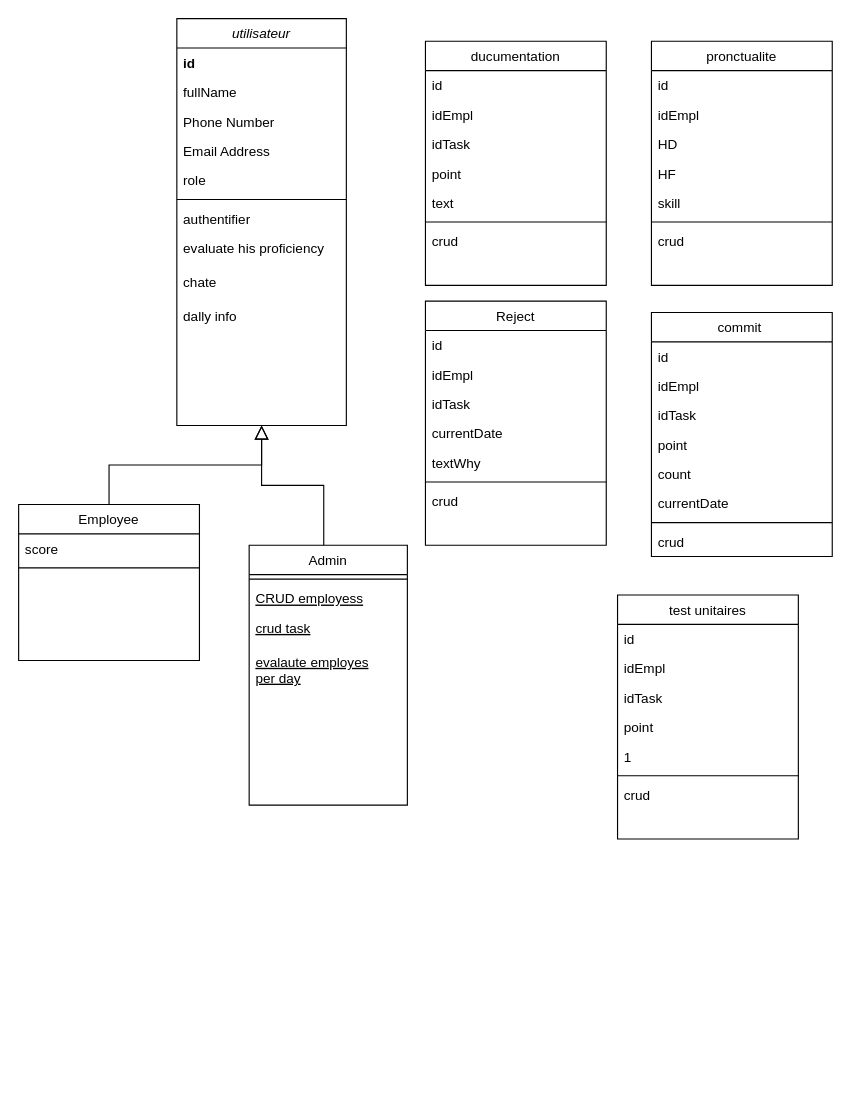
Before: Diagramme sans nom.drawio in Neamitest/ex, a draw.io diagram. Source tidied: cells renumbered, new cells numbered last; positions are measured from the earlier drawing's top-left corner, leaving out a move shared by most shapes. Both pictures are drawn from the tidied source at 113%, with x=0, y=0 at pixel (18, 18).
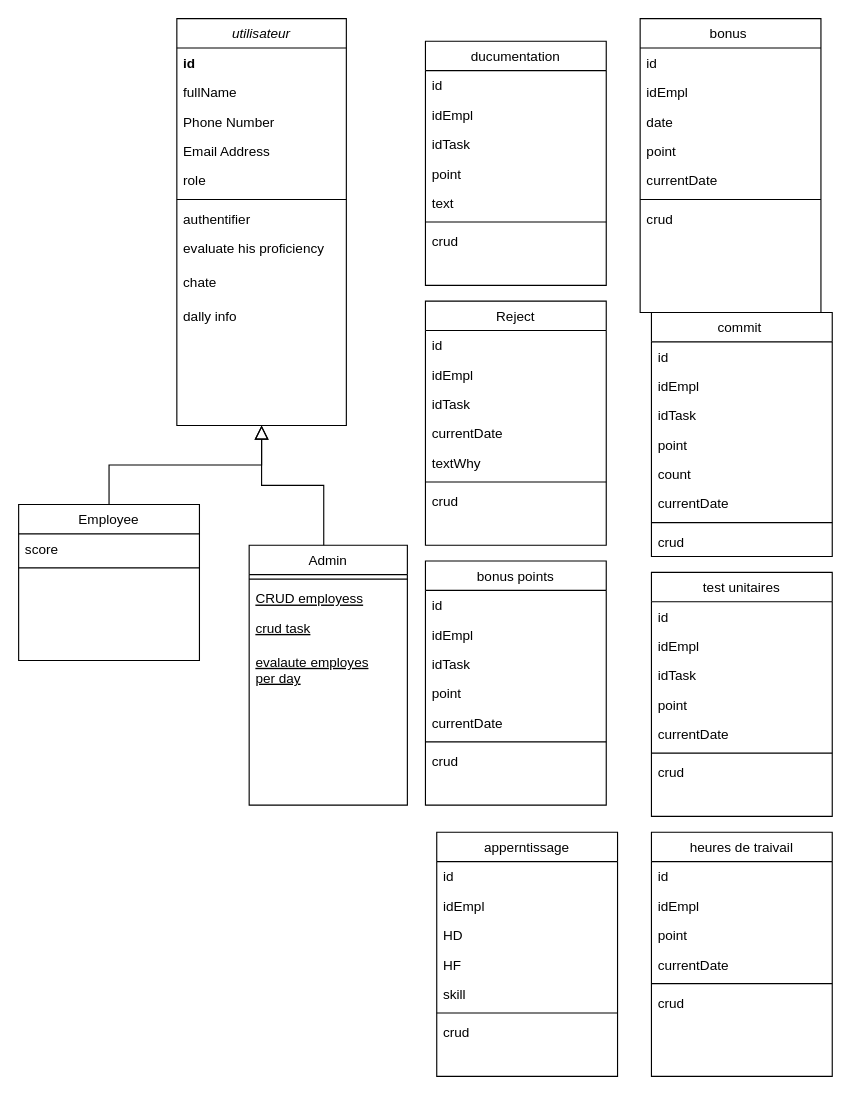
The same diagram, later.

Commit message:
Mettre à jour Diagramme sans nom.drawio

Diff of the diagram source:
```diff
@@
     <mxCell id="31" value="test unitaires" style="swimlane;fontStyle=0;align=center;verticalAlign=top;horizontal=1;startSize=26;rounded=0;shadow=0;strokeWidth=1;" parent="1" vertex="1">
-      <mxGeometry x="530" y="510" width="160" height="216" as="geometry" />
+      <mxGeometry x="560" y="490" width="160" height="216" as="geometry" />
     </mxCell>
@@
-    <mxCell id="36" value="1" style="text;align=left;verticalAlign=top;spacingLeft=4;spacingRight=4;overflow=hidden;rounded=0;shadow=0;html=0;" parent="31" vertex="1">
+    <mxCell id="36" value="currentDate" style="text;align=left;verticalAlign=top;spacingLeft=4;spacingRight=4;overflow=hidden;rounded=0;shadow=0;html=0;" parent="31" vertex="1">
       <mxGeometry y="130" width="160" height="26" as="geometry" />
     </mxCell>
@@
-    <mxCell id="56" value="pronctualite" style="swimlane;fontStyle=0;align=center;verticalAlign=top;horizontal=1;startSize=26;rounded=0;shadow=0;strokeWidth=1;" parent="1" vertex="1">
-      <mxGeometry x="560" y="20" width="160" height="216" as="geometry" />
+    <mxCell id="56" value="apperntissage" style="swimlane;fontStyle=0;align=center;verticalAlign=top;horizontal=1;startSize=26;rounded=0;shadow=0;strokeWidth=1;" parent="1" vertex="1">
+      <mxGeometry x="370" y="720" width="160" height="216" as="geometry" />
     </mxCell>
@@
+    <mxCell id="64" value="bonus points" style="swimlane;fontStyle=0;align=center;verticalAlign=top;horizontal=1;startSize=26;rounded=0;shadow=0;strokeWidth=1;" parent="1" vertex="1">
+      <mxGeometry x="360" y="480" width="160" height="216" as="geometry" />
+    </mxCell>
+    <mxCell id="65" value="id" style="text;align=left;verticalAlign=top;spacingLeft=4;spacingRight=4;overflow=hidden;" parent="64" vertex="1">
+      <mxGeometry y="26" width="160" height="26" as="geometry" />
+    </mxCell>
+    <mxCell id="66" value="idEmpl" style="text;align=left;verticalAlign=top;spacingLeft=4;spacingRight=4;overflow=hidden;rounded=0;shadow=0;html=0;" parent="64" vertex="1">
+      <mxGeometry y="52" width="160" height="26" as="geometry" />
+    </mxCell>
+    <mxCell id="67" value="idTask" style="text;align=left;verticalAlign=top;spacingLeft=4;spacingRight=4;overflow=hidden;rounded=0;shadow=0;html=0;" parent="64" vertex="1">
+      <mxGeometry y="78" width="160" height="26" as="geometry" />
+    </mxCell>
+    <mxCell id="68" value="point" style="text;align=left;verticalAlign=top;spacingLeft=4;spacingRight=4;overflow=hidden;rounded=0;shadow=0;html=0;" parent="64" vertex="1">
+      <mxGeometry y="104" width="160" height="26" as="geometry" />
+    </mxCell>
+    <mxCell id="69" value="currentDate" style="text;align=left;verticalAlign=top;spacingLeft=4;spacingRight=4;overflow=hidden;rounded=0;shadow=0;html=0;" parent="64" vertex="1">
+      <mxGeometry y="130" width="160" height="26" as="geometry" />
+    </mxCell>
+    <mxCell id="70" style="line;html=1;strokeWidth=1;align=left;verticalAlign=middle;spacingTop=-1;spacingLeft=3;spacingRight=3;labelPosition=right;" parent="64" vertex="1">
+      <mxGeometry y="156" width="160" height="8" as="geometry" />
+    </mxCell>
+    <mxCell id="71" value="crud" style="text;align=left;verticalAlign=top;spacingLeft=4;spacingRight=4;overflow=hidden;" parent="64" vertex="1">
+      <mxGeometry y="164" width="160" height="26" as="geometry" />
+    </mxCell>
+    <mxCell id="72" value="heures de traivail" style="swimlane;fontStyle=0;align=center;verticalAlign=top;horizontal=1;startSize=26;rounded=0;shadow=0;strokeWidth=1;" parent="1" vertex="1">
+      <mxGeometry x="560" y="720" width="160" height="216" as="geometry" />
+    </mxCell>
+    <mxCell id="73" value="id" style="text;align=left;verticalAlign=top;spacingLeft=4;spacingRight=4;overflow=hidden;" parent="72" vertex="1">
+      <mxGeometry y="26" width="160" height="26" as="geometry" />
+    </mxCell>
+    <mxCell id="74" value="idEmpl" style="text;align=left;verticalAlign=top;spacingLeft=4;spacingRight=4;overflow=hidden;rounded=0;shadow=0;html=0;" parent="72" vertex="1">
+      <mxGeometry y="52" width="160" height="26" as="geometry" />
+    </mxCell>
+    <mxCell id="75" value="point" style="text;align=left;verticalAlign=top;spacingLeft=4;spacingRight=4;overflow=hidden;rounded=0;shadow=0;html=0;" parent="72" vertex="1">
+      <mxGeometry y="78" width="160" height="26" as="geometry" />
+    </mxCell>
+    <mxCell id="76" value="currentDate" style="text;align=left;verticalAlign=top;spacingLeft=4;spacingRight=4;overflow=hidden;rounded=0;shadow=0;html=0;" parent="72" vertex="1">
+      <mxGeometry y="104" width="160" height="26" as="geometry" />
+    </mxCell>
+    <mxCell id="77" style="line;html=1;strokeWidth=1;align=left;verticalAlign=middle;spacingTop=-1;spacingLeft=3;spacingRight=3;labelPosition=right;" parent="72" vertex="1">
+      <mxGeometry y="130" width="160" height="8" as="geometry" />
+    </mxCell>
+    <mxCell id="78" value="crud" style="text;align=left;verticalAlign=top;spacingLeft=4;spacingRight=4;overflow=hidden;" parent="72" vertex="1">
+      <mxGeometry y="138" width="160" height="26" as="geometry" />
+    </mxCell>
+    <mxCell id="79" value="bonus " style="swimlane;fontStyle=0;align=center;verticalAlign=top;horizontal=1;startSize=26;rounded=0;shadow=0;strokeWidth=1;" parent="1" vertex="1">
+      <mxGeometry x="550" width="160" height="260" as="geometry" />
+    </mxCell>
+    <mxCell id="80" value="id" style="text;align=left;verticalAlign=top;spacingLeft=4;spacingRight=4;overflow=hidden;" parent="79" vertex="1">
+      <mxGeometry y="26" width="160" height="26" as="geometry" />
+    </mxCell>
+    <mxCell id="81" value="idEmpl" style="text;align=left;verticalAlign=top;spacingLeft=4;spacingRight=4;overflow=hidden;rounded=0;shadow=0;html=0;" parent="79" vertex="1">
+      <mxGeometry y="52" width="160" height="26" as="geometry" />
+    </mxCell>
+    <mxCell id="82" value="date" style="text;align=left;verticalAlign=top;spacingLeft=4;spacingRight=4;overflow=hidden;rounded=0;shadow=0;html=0;" parent="79" vertex="1">
+      <mxGeometry y="78" width="160" height="26" as="geometry" />
+    </mxCell>
+    <mxCell id="83" value="point" style="text;align=left;verticalAlign=top;spacingLeft=4;spacingRight=4;overflow=hidden;rounded=0;shadow=0;html=0;" parent="79" vertex="1">
+      <mxGeometry y="104" width="160" height="26" as="geometry" />
+    </mxCell>
+    <mxCell id="84" value="currentDate" style="text;align=left;verticalAlign=top;spacingLeft=4;spacingRight=4;overflow=hidden;rounded=0;shadow=0;html=0;" parent="79" vertex="1">
+      <mxGeometry y="130" width="160" height="26" as="geometry" />
+    </mxCell>
+    <mxCell id="85" style="line;html=1;strokeWidth=1;align=left;verticalAlign=middle;spacingTop=-1;spacingLeft=3;spacingRight=3;labelPosition=right;" parent="79" vertex="1">
+      <mxGeometry y="156" width="160" height="8" as="geometry" />
+    </mxCell>
+    <mxCell id="86" value="crud" style="text;align=left;verticalAlign=top;spacingLeft=4;spacingRight=4;overflow=hidden;" parent="79" vertex="1">
+      <mxGeometry y="164" width="160" height="26" as="geometry" />
+    </mxCell>
```
